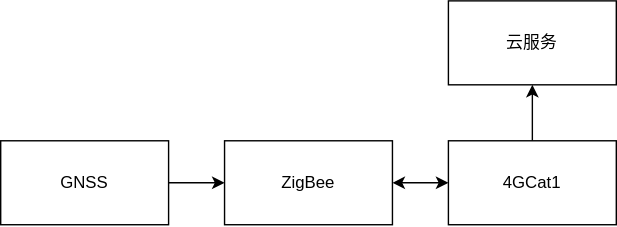
The draw.io diagram 系统结构图.drawio.svg in anvalue/DrawIo_SQ, before a commit. Source tidied: cells renumbered, new cells last; positions are measured from the earlier drawing's top-left corner, leaving out a move shared by most shapes.
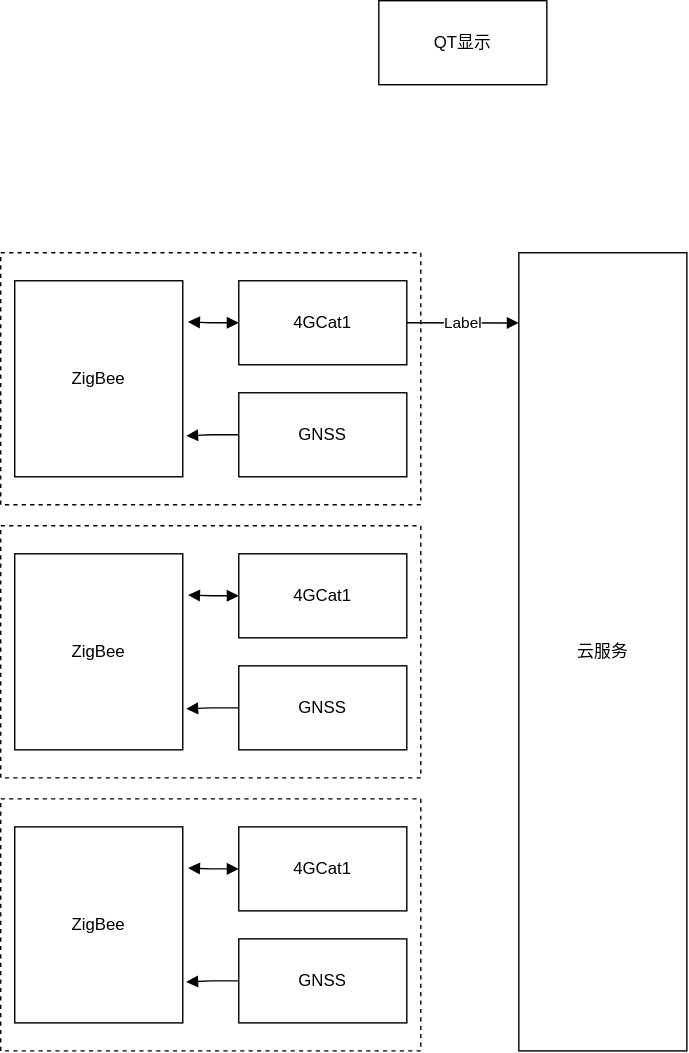
After the change.

Commit message:
更新系统结构图.drawio.svg

The edit, as a diff of the source:
```diff
@@ -2,26 +2,82 @@
   <root>
     <mxCell id="0" />
     <mxCell id="1" parent="0" />
-    <mxCell id="2" style="edgeStyle=orthogonalEdgeStyle;rounded=0;jettySize=auto;html=1;endArrow=classic;endFill=1;startArrow=classic;startFill=1;" parent="1" edge="1" source="3" target="5">
-      <mxGeometry relative="1" as="geometry" />
-    </mxCell>
+    <mxCell id="8" value="云服务" style="rounded=0;whiteSpace=wrap;html=1;" parent="1" vertex="1">
+      <mxGeometry x="320" width="120" height="570" as="geometry" />
+    </mxCell>
+    <mxCell id="9" value="QT显示" style="rounded=0;whiteSpace=wrap;html=1;" parent="1" vertex="1">
+      <mxGeometry x="220" y="-180" width="120" height="60" as="geometry" />
+    </mxCell>
+    <mxCell id="10" style="group;" parent="1" vertex="1">
+      <mxGeometry x="-50" width="300" height="180" as="geometry" />
+    </mxCell>
+    <mxCell id="11" style="rounded=0;whiteSpace=wrap;html=1;dashed=1;" parent="10" vertex="1">
+      <mxGeometry width="300" height="180" as="geometry" />
+    </mxCell>
-    <mxCell id="3" value="ZigBee" style="rounded=0;whiteSpace=wrap;html=1;" parent="1" vertex="1">
-      <mxGeometry x="160" y="100" width="120" height="60" as="geometry" />
+    <mxCell id="3" value="ZigBee" style="rounded=0;whiteSpace=wrap;html=1;" parent="10" vertex="1">
+      <mxGeometry x="10" y="20" width="120" height="140" as="geometry" />
     </mxCell>
-    <mxCell id="4" style="edgeStyle=orthogonalEdgeStyle;rounded=0;jettySize=auto;html=1;" parent="1" edge="1" source="5" target="8">
-      <mxGeometry relative="1" as="geometry" />
-    </mxCell>
-    <mxCell id="5" value="4GCat1" style="rounded=0;whiteSpace=wrap;html=1;" parent="1" vertex="1">
-      <mxGeometry x="320" y="100" width="120" height="60" as="geometry" />
+    <mxCell id="5" value="4GCat1" style="rounded=0;whiteSpace=wrap;html=1;" parent="10" vertex="1">
+      <mxGeometry x="170" y="20" width="120" height="60" as="geometry" />
     </mxCell>
+    <mxCell id="7" value="GNSS" style="rounded=0;whiteSpace=wrap;html=1;" parent="10" vertex="1">
+      <mxGeometry x="170" y="100" width="120" height="60" as="geometry" />
+    </mxCell>
+    <mxCell id="12" style="edgeStyle=orthogonalEdgeStyle;rounded=0;jettySize=auto;html=1;entryX=1.031;entryY=0.21;entryDx=0;entryDy=0;entryPerimeter=0;startArrow=block;startFill=1;endArrow=block;endFill=1;" parent="10" edge="1" source="5" target="3">
+      <mxGeometry relative="1" as="geometry" />
+    </mxCell>
-    <mxCell id="6" style="edgeStyle=orthogonalEdgeStyle;rounded=0;jettySize=auto;html=1;entryX=0;entryY=0.5;entryDx=0;entryDy=0;" parent="1" edge="1" source="7" target="3">
+    <mxCell id="6" style="edgeStyle=orthogonalEdgeStyle;rounded=0;jettySize=auto;html=1;entryX=1.02;entryY=0.791;entryDx=0;entryDy=0;entryPerimeter=0;endArrow=block;endFill=1;" parent="10" edge="1" source="7" target="3">
       <mxGeometry relative="1" as="geometry" />
     </mxCell>
-    <mxCell id="7" value="GNSS" style="rounded=0;whiteSpace=wrap;html=1;" parent="1" vertex="1">
-      <mxGeometry y="100" width="120" height="60" as="geometry" />
-    </mxCell>
-    <mxCell id="8" value="云服务" style="rounded=0;whiteSpace=wrap;html=1;" parent="1" vertex="1">
-      <mxGeometry x="320" width="120" height="60" as="geometry" />
-    </mxCell>
+    <mxCell id="13" style="endArrow=block;html=1;rounded=0;entryX=0;entryY=0.088;entryDx=0;entryDy=0;entryPerimeter=0;endFill=1;" parent="10" edge="1" target="8">
+      <mxGeometry relative="1" as="geometry">
+        <mxPoint x="290" y="50" as="sourcePoint" />
+      </mxGeometry>
+    </mxCell>
+    <mxCell id="14" value="Label" style="edgeLabel;html=1;align=center;verticalAlign=middle;" parent="13" vertex="1">
+      <mxGeometry relative="1" as="geometry" />
+    </mxCell>
+    <mxCell id="15" style="group;" parent="1" vertex="1">
+      <mxGeometry x="-50" y="195" width="300" height="180" as="geometry" />
+    </mxCell>
+    <mxCell id="16" style="rounded=0;whiteSpace=wrap;html=1;dashed=1;" parent="15" vertex="1">
+      <mxGeometry width="300" height="180" as="geometry" />
+    </mxCell>
+    <mxCell id="17" value="ZigBee" style="rounded=0;whiteSpace=wrap;html=1;" parent="15" vertex="1">
+      <mxGeometry x="10" y="20" width="120" height="140" as="geometry" />
+    </mxCell>
+    <mxCell id="18" value="4GCat1" style="rounded=0;whiteSpace=wrap;html=1;" parent="15" vertex="1">
+      <mxGeometry x="170" y="20" width="120" height="60" as="geometry" />
+    </mxCell>
+    <mxCell id="19" value="GNSS" style="rounded=0;whiteSpace=wrap;html=1;" parent="15" vertex="1">
+      <mxGeometry x="170" y="100" width="120" height="60" as="geometry" />
+    </mxCell>
+    <mxCell id="20" style="edgeStyle=orthogonalEdgeStyle;rounded=0;jettySize=auto;html=1;entryX=1.031;entryY=0.21;entryDx=0;entryDy=0;entryPerimeter=0;startArrow=block;startFill=1;endArrow=block;endFill=1;" parent="15" edge="1" source="18" target="17">
+      <mxGeometry relative="1" as="geometry" />
+    </mxCell>
+    <mxCell id="21" style="edgeStyle=orthogonalEdgeStyle;rounded=0;jettySize=auto;html=1;entryX=1.02;entryY=0.791;entryDx=0;entryDy=0;entryPerimeter=0;endArrow=block;endFill=1;" parent="15" edge="1" source="19" target="17">
+      <mxGeometry relative="1" as="geometry" />
+    </mxCell>
+    <mxCell id="22" style="group;" parent="1" vertex="1">
+      <mxGeometry x="-50" y="390" width="300" height="180" as="geometry" />
+    </mxCell>
+    <mxCell id="23" style="rounded=0;whiteSpace=wrap;html=1;dashed=1;" parent="22" vertex="1">
+      <mxGeometry width="300" height="180" as="geometry" />
+    </mxCell>
+    <mxCell id="24" value="ZigBee" style="rounded=0;whiteSpace=wrap;html=1;" parent="22" vertex="1">
+      <mxGeometry x="10" y="20" width="120" height="140" as="geometry" />
+    </mxCell>
+    <mxCell id="25" value="4GCat1" style="rounded=0;whiteSpace=wrap;html=1;" parent="22" vertex="1">
+      <mxGeometry x="170" y="20" width="120" height="60" as="geometry" />
+    </mxCell>
+    <mxCell id="26" value="GNSS" style="rounded=0;whiteSpace=wrap;html=1;" parent="22" vertex="1">
+      <mxGeometry x="170" y="100" width="120" height="60" as="geometry" />
+    </mxCell>
+    <mxCell id="27" style="edgeStyle=orthogonalEdgeStyle;rounded=0;jettySize=auto;html=1;entryX=1.031;entryY=0.21;entryDx=0;entryDy=0;entryPerimeter=0;startArrow=block;startFill=1;endArrow=block;endFill=1;" parent="22" edge="1" source="25" target="24">
+      <mxGeometry relative="1" as="geometry" />
+    </mxCell>
+    <mxCell id="28" style="edgeStyle=orthogonalEdgeStyle;rounded=0;jettySize=auto;html=1;entryX=1.02;entryY=0.791;entryDx=0;entryDy=0;entryPerimeter=0;endArrow=block;endFill=1;" parent="22" edge="1" source="26" target="24">
+      <mxGeometry relative="1" as="geometry" />
+    </mxCell>
   </root>
 </mxGraphModel>
```
